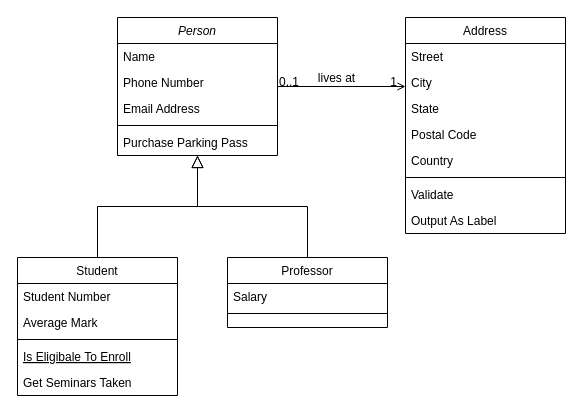
Before: Untitled Diagram.drawio in nikhwanbs/bestofme, a draw.io diagram. Source tidied: cells renumbered, new cells numbered last; positions are measured from the earlier drawing's top-left corner, leaving out a move shared by most shapes. Both pictures are drawn from the tidied source at 100%, with x=0, y=0 at pixel (17, 17).
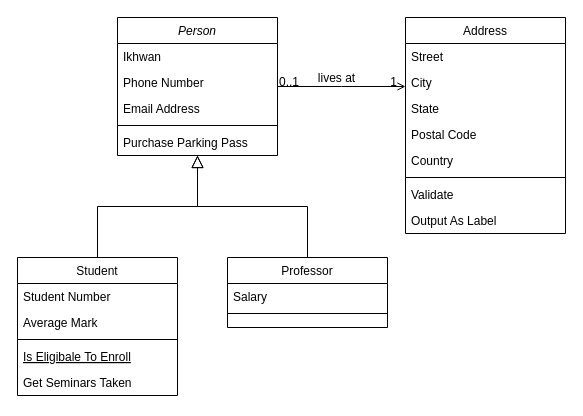
The same page after the edit.

The change refers to these unchanged cells:
```xml
<mxCell id="2" value="Person" style="swimlane;fontStyle=2;align=center;verticalAlign=top;horizontal=1;startSize=26;rounded=0;shadow=0;strokeWidth=1;" parent="1" vertex="1">
  <mxGeometry x="100" width="160" height="138" as="geometry" />
</mxCell>
```

The edit, as a diff of the source:
```diff
@@
-    <mxCell id="3" value="Name" style="text;align=left;verticalAlign=top;spacingLeft=4;spacingRight=4;overflow=hidden;" parent="2" vertex="1">
+    <mxCell id="3" value="Ikhwan" style="text;align=left;verticalAlign=top;spacingLeft=4;spacingRight=4;overflow=hidden;" parent="2" vertex="1">
       <mxGeometry y="26" width="160" height="26" as="geometry" />
     </mxCell>
```
